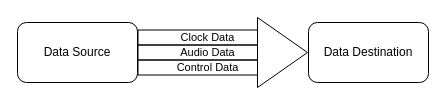
avb-academy/avb_academy keeps this draw.io diagram as static/images/traffic-components-all.drawio. Above is the earlier version. Source tidied: cells renumbered, new cells numbered last; positions are measured from the earlier drawing's top-left corner, leaving out a move shared by most shapes. Both pictures are drawn from the tidied source at 100%, with x=0, y=0 at pixel (17, 17).
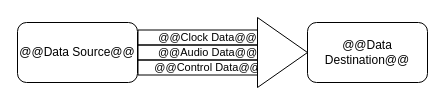
The same page after the edit.

Change to the diagram source:
```diff
@@
 <mxGraphModel>
   <root>
     <mxCell id="0" />
     <mxCell id="1" parent="0" />
-    <mxCell id="2" value="Data Source" style="rounded=1;whiteSpace=wrap;html=1;" parent="1" vertex="1">
-      <mxGeometry y="5" width="120" height="60" as="geometry" />
-    </mxCell>
-    <mxCell id="3" value="Data Destination" style="rounded=1;whiteSpace=wrap;html=1;" parent="1" vertex="1">
-      <mxGeometry x="291" y="5" width="120" height="60" as="geometry" />
-    </mxCell>
-    <mxCell id="4" value="Clock Data" style="shape=flexArrow;endArrow=classic;html=1;exitX=1;exitY=0.25;exitDx=0;exitDy=0;labelBackgroundColor=none;width=15;" parent="1" edge="1" source="2">
+    <mxCell id="4" value="@@Clock Data@@" style="shape=flexArrow;endArrow=classic;html=1;exitX=1;exitY=0.25;exitDx=0;exitDy=0;labelBackgroundColor=none;width=15;" parent="1" edge="1">
       <mxGeometry relative="1" as="geometry">
+        <mxPoint x="120" y="20" as="sourcePoint" />
         <mxPoint x="260" y="20" as="targetPoint" />
       </mxGeometry>
     </mxCell>
-    <mxCell id="5" value="Audio Data" style="shape=flexArrow;endArrow=classic;html=1;exitX=1;exitY=0.5;exitDx=0;exitDy=0;labelBackgroundColor=none;width=15;" parent="1" edge="1" source="2">
+    <mxCell id="5" value="@@Audio Data@@" style="shape=flexArrow;endArrow=classic;html=1;exitX=1;exitY=0.5;exitDx=0;exitDy=0;labelBackgroundColor=none;width=15;" parent="1" edge="1">
       <mxGeometry relative="1" as="geometry">
+        <mxPoint x="120" y="35" as="sourcePoint" />
         <mxPoint x="260" y="35" as="targetPoint" />
       </mxGeometry>
     </mxCell>
-    <mxCell id="6" value="Control Data" style="shape=flexArrow;endArrow=classic;html=1;exitX=1;exitY=0.75;exitDx=0;exitDy=0;labelBackgroundColor=none;width=15;" parent="1" edge="1" source="2">
+    <mxCell id="6" value="@@Control Data@@" style="shape=flexArrow;endArrow=classic;html=1;exitX=1;exitY=0.75;exitDx=0;exitDy=0;labelBackgroundColor=none;width=15;" parent="1" edge="1">
       <mxGeometry relative="1" as="geometry">
+        <mxPoint x="120" y="50" as="sourcePoint" />
         <mxPoint x="260" y="50" as="targetPoint" />
       </mxGeometry>
     </mxCell>
     <mxCell id="7" style="triangle;whiteSpace=wrap;html=1;strokeColor=default;" parent="1" vertex="1">
       <mxGeometry x="240" width="50" height="70" as="geometry" />
     </mxCell>
+    <mxCell id="8" value="@@Data Source@@" style="rounded=1;whiteSpace=wrap;html=1;" parent="1" vertex="1">
+      <mxGeometry y="5" width="120" height="60" as="geometry" />
+    </mxCell>
+    <mxCell id="9" value="@@Data Destination@@" style="rounded=1;whiteSpace=wrap;html=1;" parent="1" vertex="1">
+      <mxGeometry x="290" y="5" width="120" height="60" as="geometry" />
+    </mxCell>
   </root>
 </mxGraphModel>
```
